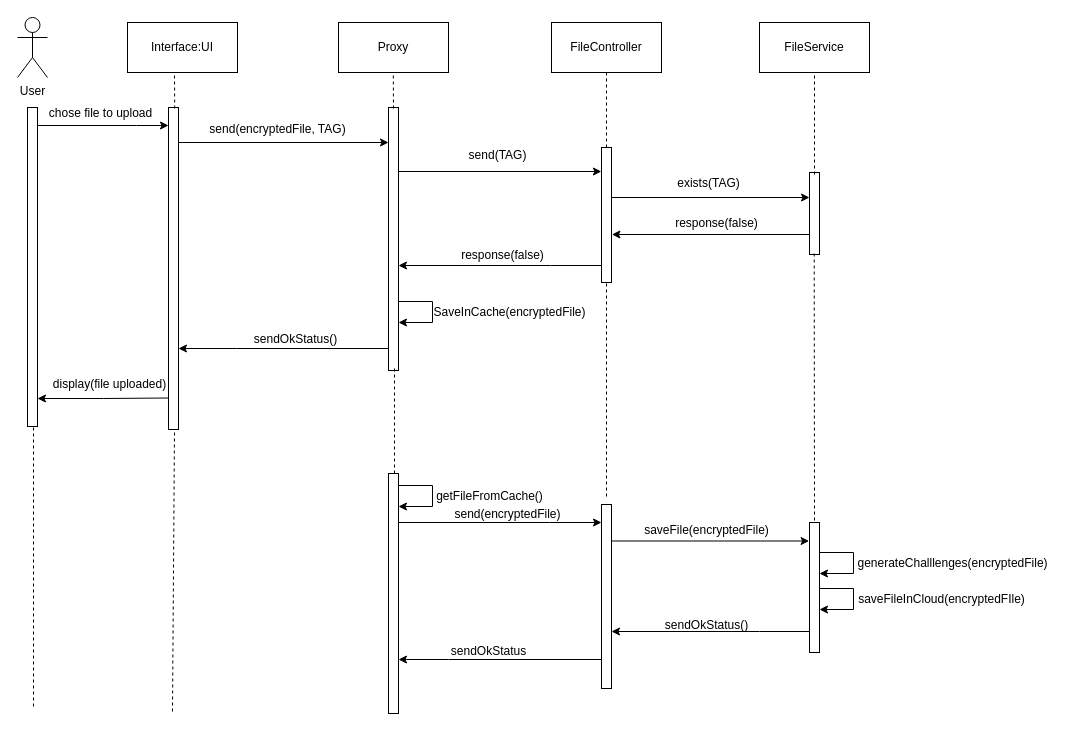
Earlier version of the draw.io diagram sd_fisier_nu_exista.drawio (jipi2/SecureDataDeduplication). Source tidied: cells renumbered, new cells numbered last; positions are measured from the earlier drawing's top-left corner, leaving out a move shared by most shapes. Both pictures are drawn from the tidied source at 100%, with x=0, y=0 at pixel (17, 17).
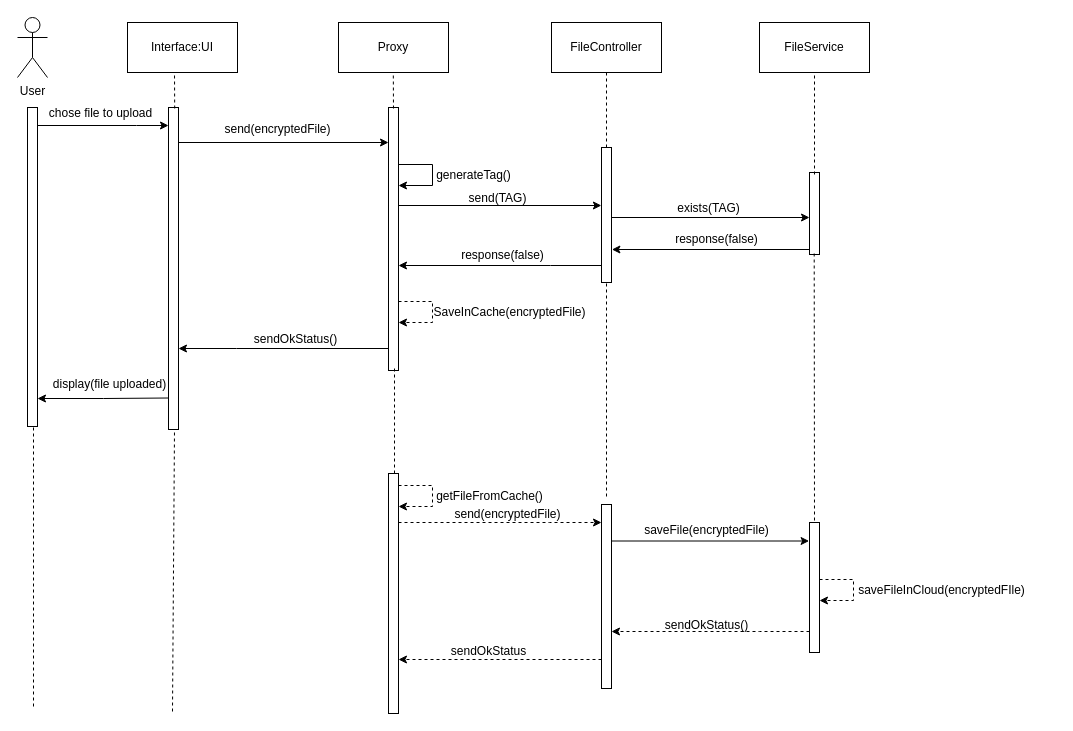
After the change.

The change refers to these unchanged cells:
```xml
<mxCell id="27" style="html=1;points=[[0,0,0,0,5],[0,1,0,0,-5],[1,0,0,0,5],[1,1,0,0,-5]];perimeter=orthogonalPerimeter;outlineConnect=0;targetShapes=umlLifeline;portConstraint=eastwest;newEdgeStyle={&quot;curved&quot;:0,&quot;rounded&quot;:0};" parent="1" vertex="1">
  <mxGeometry x="584" y="487" width="10" height="184" as="geometry" />
</mxCell>
<mxCell id="40" style="html=1;points=[[0,0,0,0,5],[0,1,0,0,-5],[1,0,0,0,5],[1,1,0,0,-5]];perimeter=orthogonalPerimeter;outlineConnect=0;targetShapes=umlLifeline;portConstraint=eastwest;newEdgeStyle={&quot;curved&quot;:0,&quot;rounded&quot;:0};" parent="1" vertex="1">
  <mxGeometry x="371" y="456" width="10" height="240" as="geometry" />
</mxCell>
```

Diff of the diagram source:
```diff
@@
-    <mxCell id="15" value="send(encryptedFile, TAG)" style="text;html=1;align=center;verticalAlign=middle;strokeColor=none;fillColor=none;" parent="1" vertex="1">
-      <mxGeometry x="183" y="99" width="154" height="26" as="geometry" />
+    <mxCell id="15" value="send(encryptedFile)" style="text;html=1;align=center;verticalAlign=middle;strokeColor=none;fillColor=none;" parent="1" vertex="1">
+      <mxGeometry x="198" y="99" width="124" height="26" as="geometry" />
     </mxCell>
     <mxCell id="16" style="edgeStyle=orthogonalEdgeStyle;rounded=0;orthogonalLoop=1;jettySize=auto;html=1;curved=0;" parent="1" edge="1">
       <mxGeometry relative="1" as="geometry">
-        <mxPoint x="594" y="180" as="sourcePoint" />
-        <mxPoint x="792" y="180" as="targetPoint" />
+        <mxPoint x="594" y="200" as="sourcePoint" />
+        <mxPoint x="792" y="200" as="targetPoint" />
       </mxGeometry>
     </mxCell>
@@
     <mxCell id="19" style="edgeStyle=orthogonalEdgeStyle;rounded=0;orthogonalLoop=1;jettySize=auto;html=1;curved=0;entryX=-0.005;entryY=0.5;entryDx=0;entryDy=0;entryPerimeter=0;" parent="1" edge="1">
       <mxGeometry relative="1" as="geometry">
-        <mxPoint x="381" y="154" as="sourcePoint" />
-        <mxPoint x="583.9" y="154" as="targetPoint" />
+        <mxPoint x="381" y="188" as="sourcePoint" />
+        <mxPoint x="583.9" y="188" as="targetPoint" />
       </mxGeometry>
     </mxCell>
     <mxCell id="20" value="send(TAG)" style="text;html=1;align=center;verticalAlign=middle;strokeColor=none;fillColor=none;" parent="1" vertex="1">
-      <mxGeometry x="442" y="125" width="76" height="26" as="geometry" />
+      <mxGeometry x="442" y="168" width="76" height="26" as="geometry" />
     </mxCell>
@@
     <mxCell id="22" value="exists(TAG)" style="text;html=1;align=center;verticalAlign=middle;strokeColor=none;fillColor=none;" parent="1" vertex="1">
-      <mxGeometry x="651" y="153" width="80" height="26" as="geometry" />
+      <mxGeometry x="651" y="178" width="80" height="26" as="geometry" />
     </mxCell>
     <mxCell id="23" style="edgeStyle=orthogonalEdgeStyle;rounded=0;orthogonalLoop=1;jettySize=auto;html=1;curved=0;entryX=1.043;entryY=0.5;entryDx=0;entryDy=0;entryPerimeter=0;" parent="1" edge="1">
       <mxGeometry relative="1" as="geometry">
-        <mxPoint x="792" y="217" as="sourcePoint" />
-        <mxPoint x="594.4" y="217" as="targetPoint" />
+        <mxPoint x="792" y="232" as="sourcePoint" />
+        <mxPoint x="594.4" y="232" as="targetPoint" />
       </mxGeometry>
     </mxCell>
     <mxCell id="24" value="response(false)" style="text;html=1;align=center;verticalAlign=middle;strokeColor=none;fillColor=none;" parent="1" vertex="1">
-      <mxGeometry x="648" y="193" width="101" height="26" as="geometry" />
+      <mxGeometry x="648" y="209" width="101" height="26" as="geometry" />
     </mxCell>
@@
-    <mxCell id="26" style="edgeStyle=orthogonalEdgeStyle;rounded=0;orthogonalLoop=1;jettySize=auto;html=1;curved=0;" parent="1" edge="1">
+    <mxCell id="26" style="edgeStyle=orthogonalEdgeStyle;rounded=0;orthogonalLoop=1;jettySize=auto;html=1;curved=0;dashed=1;" parent="1" edge="1">
       <mxGeometry relative="1" as="geometry">
         <mxPoint x="584" y="642" as="sourcePoint" />
         <mxPoint x="381" y="642" as="targetPoint" />
         <Array as="points">
           <mxPoint x="431" y="642" />
           <mxPoint x="431" y="642" />
         </Array>
       </mxGeometry>
     </mxCell>
@@
-    <mxCell id="28" style="edgeStyle=orthogonalEdgeStyle;rounded=0;orthogonalLoop=1;jettySize=auto;html=1;curved=0;" parent="1" edge="1">
+    <mxCell id="28" style="edgeStyle=orthogonalEdgeStyle;rounded=0;orthogonalLoop=1;jettySize=auto;html=1;curved=0;dashed=1;" parent="1" edge="1">
       <mxGeometry relative="1" as="geometry">
         <mxPoint x="792" y="614" as="sourcePoint" />
         <mxPoint x="594" y="614" as="targetPoint" />
         <Array as="points">
           <mxPoint x="742" y="614" />
           <mxPoint x="742" y="614" />
         </Array>
       </mxGeometry>
     </mxCell>
@@
-    <mxCell id="33" style="endArrow=classic;html=1;rounded=0;" parent="1" edge="1">
+    <mxCell id="33" style="endArrow=classic;html=1;rounded=0;dashed=1;" parent="1" edge="1">
       <mxGeometry relative="1" as="geometry">
         <mxPoint x="381" y="284" as="sourcePoint" />
         <mxPoint x="381" y="305" as="targetPoint" />
         <Array as="points">
           <mxPoint x="415" y="284" />
           <mxPoint x="415" y="305" />
         </Array>
       </mxGeometry>
     </mxCell>
@@
-    <mxCell id="39" style="edgeStyle=orthogonalEdgeStyle;rounded=0;jettySize=auto;html=1;curved=0;" parent="1" edge="1" source="40" target="27">
+    <mxCell id="39" style="edgeStyle=orthogonalEdgeStyle;rounded=0;jettySize=auto;html=1;curved=0;dashed=1;" parent="1" edge="1" source="40" target="27">
       <mxGeometry relative="1" as="geometry">
         <Array as="points">
           <mxPoint x="532" y="505" />
           <mxPoint x="532" y="505" />
         </Array>
       </mxGeometry>
     </mxCell>
@@
-    <mxCell id="41" style="endArrow=classic;html=1;rounded=0;" parent="1" edge="1">
+    <mxCell id="41" style="endArrow=classic;html=1;rounded=0;dashed=1;" parent="1" edge="1">
       <mxGeometry relative="1" as="geometry">
         <mxPoint x="381" y="468" as="sourcePoint" />
         <mxPoint x="381" y="489" as="targetPoint" />
         <Array as="points">
           <mxPoint x="415" y="468" />
           <mxPoint x="415" y="489" />
         </Array>
       </mxGeometry>
     </mxCell>
@@
-    <mxCell id="44" style="endArrow=classic;html=1;rounded=0;" parent="1" edge="1">
-      <mxGeometry relative="1" as="geometry">
-        <mxPoint x="802" y="535" as="sourcePoint" />
-        <mxPoint x="802" y="556" as="targetPoint" />
-        <Array as="points">
-          <mxPoint x="836" y="535" />
-          <mxPoint x="836" y="556" />
-        </Array>
-      </mxGeometry>
-    </mxCell>
-    <mxCell id="45" value="generateChalllenges(encryptedFile)" style="text;html=1;align=center;verticalAlign=middle;strokeColor=none;fillColor=none;" parent="1" vertex="1">
-      <mxGeometry x="830.5" y="533" width="208" height="26" as="geometry" />
-    </mxCell>
-    <mxCell id="46" style="endArrow=classic;html=1;rounded=0;" parent="1" edge="1">
+    <mxCell id="46" style="endArrow=classic;html=1;rounded=0;dashed=1;" parent="1" edge="1">
       <mxGeometry relative="1" as="geometry">
-        <mxPoint x="802" y="571" as="sourcePoint" />
-        <mxPoint x="802" y="592" as="targetPoint" />
+        <mxPoint x="802" y="562" as="sourcePoint" />
+        <mxPoint x="802" y="583" as="targetPoint" />
         <Array as="points">
-          <mxPoint x="836" y="571" />
-          <mxPoint x="836" y="592" />
+          <mxPoint x="836" y="562" />
+          <mxPoint x="836" y="583" />
         </Array>
       </mxGeometry>
     </mxCell>
     <mxCell id="47" value="saveFileInCloud(encryptedFIle)" style="text;html=1;align=center;verticalAlign=middle;strokeColor=none;fillColor=none;" parent="1" vertex="1">
-      <mxGeometry x="831.5" y="569" width="185" height="26" as="geometry" />
+      <mxGeometry x="831.5" y="560" width="185" height="26" as="geometry" />
     </mxCell>
@@
+    <mxCell id="56" style="endArrow=classic;html=1;rounded=0;" parent="1" edge="1">
+      <mxGeometry relative="1" as="geometry">
+        <mxPoint x="381" y="147" as="sourcePoint" />
+        <mxPoint x="381" y="168" as="targetPoint" />
+        <Array as="points">
+          <mxPoint x="415" y="147" />
+          <mxPoint x="415" y="168" />
+        </Array>
+      </mxGeometry>
+    </mxCell>
+    <mxCell id="57" value="generateTag()" style="text;html=1;align=center;verticalAlign=middle;strokeColor=none;fillColor=none;" parent="1" vertex="1">
+      <mxGeometry x="409.5" y="145" width="93" height="26" as="geometry" />
+    </mxCell>
```
